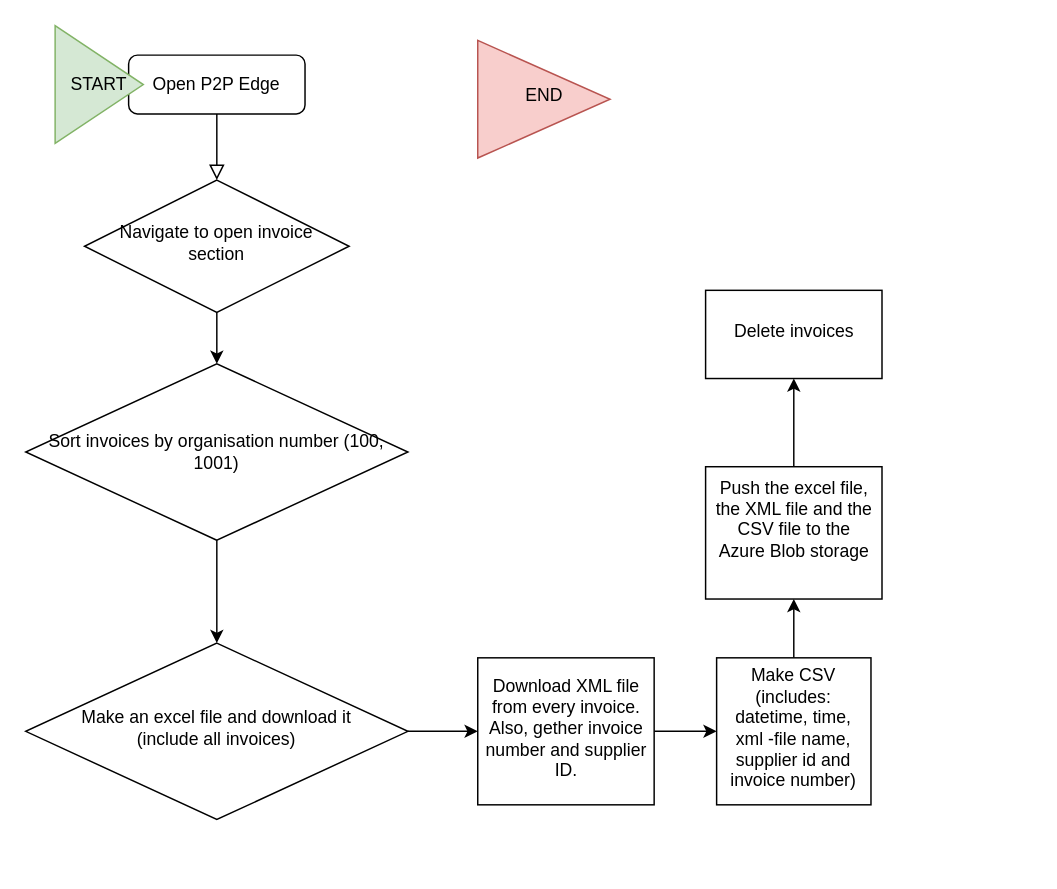
Earlier version of the draw.io diagram pyautogui_task/Untitled Diagram.drawio (PyryPajunen-Most/TestRepo). Source tidied: cells renumbered, new cells numbered last; positions are measured from the earlier drawing's top-left corner, leaving out a move shared by most shapes. Both pictures are drawn from the tidied source at 147%, with x=0, y=0 at pixel (25, 25).
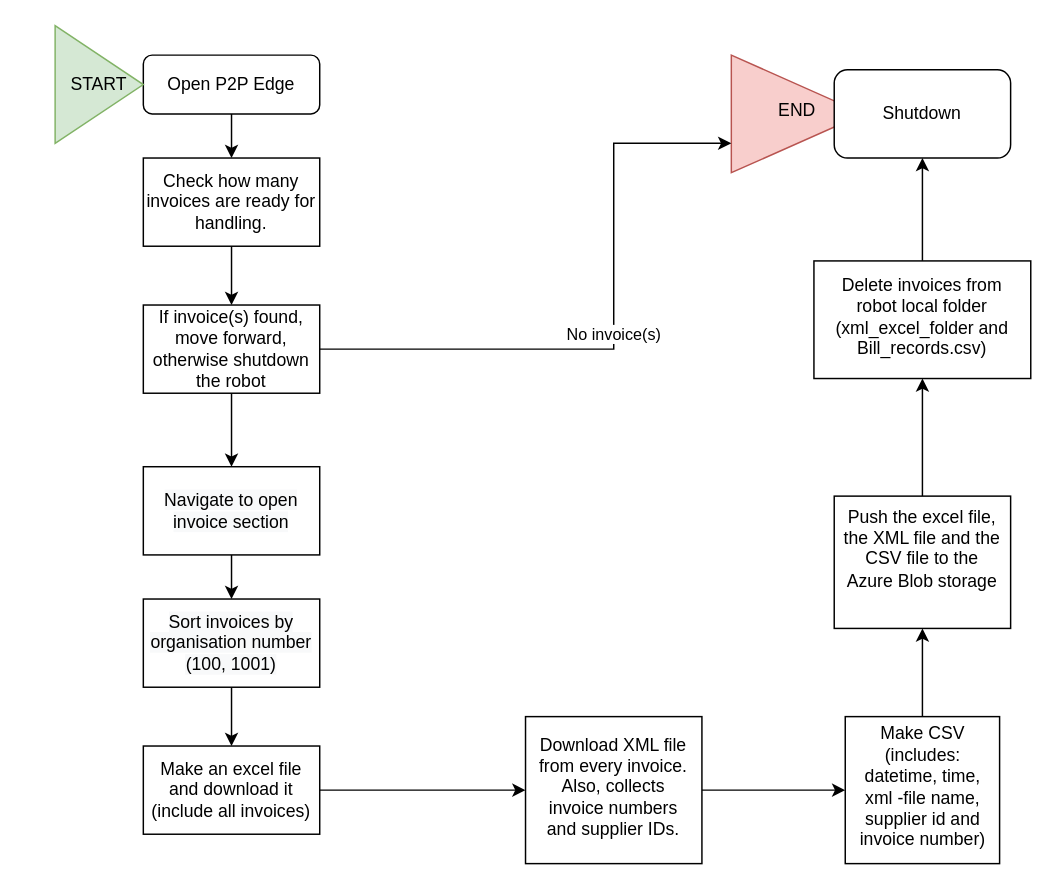
The same diagram, later.

Commit message:
JKL-ostolaskut hakutehävä (AI)

What changed in the source:
```diff
@@
-    <mxCell id="2" style="rounded=0;html=1;jettySize=auto;fontSize=11;endArrow=block;endFill=0;endSize=8;strokeWidth=1;shadow=0;labelBackgroundColor=none;edgeStyle=orthogonalEdgeStyle;" parent="1" edge="1" source="3" target="5">
-      <mxGeometry relative="1" as="geometry" />
-    </mxCell>
+    <mxCell id="19" style="edgeStyle=orthogonalEdgeStyle;rounded=0;jettySize=auto;html=1;" parent="1" edge="1" source="3" target="23">
+      <mxGeometry relative="1" as="geometry" />
+    </mxCell>
     <mxCell id="3" value="Open P2P Edge" style="rounded=1;whiteSpace=wrap;html=1;fontSize=12;glass=0;strokeWidth=1;shadow=0;" parent="1" vertex="1">
-      <mxGeometry x="70" y="20" width="120" height="40" as="geometry" />
+      <mxGeometry x="80" y="20" width="120" height="40" as="geometry" />
     </mxCell>
-    <mxCell id="4" style="edgeStyle=orthogonalEdgeStyle;rounded=0;jettySize=auto;html=1;" parent="1" edge="1" source="5" target="10">
-      <mxGeometry relative="1" as="geometry" />
-    </mxCell>
-    <mxCell id="5" value="Navigate to open invoice section" style="rhombus;whiteSpace=wrap;html=1;shadow=0;fontFamily=Helvetica;fontSize=12;align=center;strokeWidth=1;spacing=6;spacingTop=-4;" parent="1" vertex="1">
-      <mxGeometry x="40" y="105" width="180" height="90" as="geometry" />
-    </mxCell>
-    <mxCell id="6" style="edgeStyle=orthogonalEdgeStyle;rounded=0;jettySize=auto;html=1;" parent="1" edge="1" source="7" target="12">
-      <mxGeometry relative="1" as="geometry" />
-    </mxCell>
-    <mxCell id="7" value="Make an excel file and download it&lt;br&gt;(include all invoices)" style="rhombus;whiteSpace=wrap;html=1;shadow=0;fontFamily=Helvetica;fontSize=12;align=center;strokeWidth=1;spacing=6;spacingTop=-4;" parent="1" vertex="1">
-      <mxGeometry y="420" width="260" height="120" as="geometry" />
-    </mxCell>
@@
-    <mxCell id="9" style="edgeStyle=orthogonalEdgeStyle;rounded=0;jettySize=auto;html=1;" parent="1" edge="1" source="10" target="7">
-      <mxGeometry relative="1" as="geometry" />
-    </mxCell>
-    <mxCell id="10" value="Sort invoices by organisation number (100, 1001)" style="rhombus;whiteSpace=wrap;html=1;direction=west;" parent="1" vertex="1">
-      <mxGeometry y="230" width="260" height="120" as="geometry" />
-    </mxCell>
@@
-    <mxCell id="12" value="Download XML file from every invoice. Also, gether invoice number and supplier ID." style="whiteSpace=wrap;html=1;shadow=0;strokeWidth=1;spacing=6;spacingTop=-4;" parent="1" vertex="1">
-      <mxGeometry x="307.5" y="430" width="120" height="100" as="geometry" />
+    <mxCell id="12" value="Download XML file from every invoice. Also, collects invoice numbers and supplier IDs." style="whiteSpace=wrap;html=1;shadow=0;strokeWidth=1;spacing=6;spacingTop=-4;" parent="1" vertex="1">
+      <mxGeometry x="340" y="470" width="120" height="100" as="geometry" />
     </mxCell>
@@
     <mxCell id="14" value="Make CSV&lt;br&gt;(includes: datetime, time, xml -file name, supplier id and invoice number)" style="whiteSpace=wrap;html=1;shadow=0;strokeWidth=1;spacing=6;spacingTop=-4;" parent="1" vertex="1">
-      <mxGeometry x="470" y="430" width="105" height="100" as="geometry" />
+      <mxGeometry x="557.5" y="470" width="105" height="100" as="geometry" />
     </mxCell>
@@
     <mxCell id="16" value="&lt;div&gt;Push the excel file, the XML file and the CSV file to the Azure Blob storage&lt;/div&gt;&lt;div&gt;&lt;br&gt;&lt;/div&gt;" style="whiteSpace=wrap;html=1;shadow=0;strokeWidth=1;spacing=6;spacingTop=-4;" parent="1" vertex="1">
-      <mxGeometry x="462.5" y="300" width="120" height="90" as="geometry" />
+      <mxGeometry x="550" y="320" width="120" height="90" as="geometry" />
     </mxCell>
     <mxCell id="17" value="END" style="triangle;whiteSpace=wrap;html=1;shadow=0;strokeWidth=1;spacing=6;spacingTop=-4;fillColor=#f8cecc;strokeColor=#b85450;" parent="1" vertex="1">
-      <mxGeometry x="307.5" y="10" width="90" height="80" as="geometry" />
+      <mxGeometry x="480" y="20" width="90" height="80" as="geometry" />
     </mxCell>
+    <mxCell id="20" style="edgeStyle=orthogonalEdgeStyle;rounded=0;jettySize=auto;html=1;" parent="1" edge="1" source="18" target="21">
+      <mxGeometry relative="1" as="geometry" />
+    </mxCell>
-    <mxCell id="18" value="Delete invoices" style="whiteSpace=wrap;html=1;shadow=0;strokeWidth=1;spacing=6;spacingTop=-4;" parent="1" vertex="1">
-      <mxGeometry x="462.5" y="180" width="120" height="60" as="geometry" />
+    <mxCell id="18" value="Delete invoices from robot local folder (xml_excel_folder and Bill_records.csv)" style="whiteSpace=wrap;html=1;shadow=0;strokeWidth=1;spacing=6;spacingTop=-4;" parent="1" vertex="1">
+      <mxGeometry x="536.2" y="160" width="147.5" height="80" as="geometry" />
     </mxCell>
+    <mxCell id="21" value="Shutdown" style="rounded=1;whiteSpace=wrap;html=1;" parent="1" vertex="1">
+      <mxGeometry x="550" y="30" width="120" height="60" as="geometry" />
+    </mxCell>
+    <mxCell id="22" style="edgeStyle=orthogonalEdgeStyle;rounded=0;jettySize=auto;html=1;" parent="1" edge="1" source="23" target="26">
+      <mxGeometry relative="1" as="geometry" />
+    </mxCell>
+    <mxCell id="23" value="Check how many invoices are ready for handling." style="rounded=0;whiteSpace=wrap;html=1;" parent="1" vertex="1">
+      <mxGeometry x="80" y="90" width="120" height="60" as="geometry" />
+    </mxCell>
+    <mxCell id="4" style="edgeStyle=orthogonalEdgeStyle;rounded=0;jettySize=auto;html=1;" parent="1" edge="1" source="5" target="10">
+      <mxGeometry relative="1" as="geometry" />
+    </mxCell>
+    <mxCell id="5" value="&#10;&#10;&lt;span style=&quot;color: rgb(0, 0, 0); font-family: helvetica; font-size: 12px; font-style: normal; font-weight: 400; letter-spacing: normal; text-align: center; text-indent: 0px; text-transform: none; word-spacing: 0px; background-color: rgb(248, 249, 250); display: inline; float: none;&quot;&gt;Navigate to open invoice section&lt;/span&gt;&#10;&#10;" style="rounded=0;whiteSpace=wrap;html=1;" parent="1" vertex="1">
+      <mxGeometry x="80" y="300" width="120" height="60" as="geometry" />
+    </mxCell>
+    <mxCell id="9" style="edgeStyle=orthogonalEdgeStyle;rounded=0;jettySize=auto;html=1;" parent="1" edge="1" source="10" target="7">
+      <mxGeometry relative="1" as="geometry" />
+    </mxCell>
+    <mxCell id="10" value="&#10;&#10;&lt;span style=&quot;color: rgb(0, 0, 0); font-family: helvetica; font-size: 12px; font-style: normal; font-weight: 400; letter-spacing: normal; text-align: center; text-indent: 0px; text-transform: none; word-spacing: 0px; background-color: rgb(248, 249, 250); display: inline; float: none;&quot;&gt;Sort invoices by organisation number (100, 1001)&lt;/span&gt;&#10;&#10;" style="rounded=0;whiteSpace=wrap;html=1;" parent="1" vertex="1">
+      <mxGeometry x="80" y="390" width="120" height="60" as="geometry" />
+    </mxCell>
+    <mxCell id="6" style="edgeStyle=orthogonalEdgeStyle;rounded=0;jettySize=auto;html=1;" parent="1" edge="1" source="7" target="12">
+      <mxGeometry relative="1" as="geometry" />
+    </mxCell>
+    <mxCell id="7" value="&lt;span&gt;Make an excel file and download it&lt;/span&gt;&lt;br&gt;&lt;span&gt;(include all invoices)&lt;/span&gt;" style="rounded=0;whiteSpace=wrap;html=1;" parent="1" vertex="1">
+      <mxGeometry x="80" y="490" width="120" height="60" as="geometry" />
+    </mxCell>
+    <mxCell id="24" style="edgeStyle=orthogonalEdgeStyle;rounded=0;jettySize=auto;html=1;" parent="1" edge="1" source="26" target="5">
+      <mxGeometry relative="1" as="geometry" />
+    </mxCell>
+    <mxCell id="25" value="No invoice(s)" style="edgeStyle=orthogonalEdgeStyle;rounded=0;jettySize=auto;html=1;exitX=1;exitY=0.5;exitDx=0;exitDy=0;entryX=0;entryY=0.75;entryDx=0;entryDy=0;" parent="1" edge="1" source="26" target="17">
+      <mxGeometry relative="1" as="geometry">
+        <Array as="points">
+          <mxPoint x="400" y="220" />
+          <mxPoint x="400" y="80" />
+        </Array>
+      </mxGeometry>
+    </mxCell>
+    <mxCell id="26" value="If invoice(s) found, move forward, otherwise shutdown the robot" style="rounded=0;whiteSpace=wrap;html=1;" parent="1" vertex="1">
+      <mxGeometry x="80" y="190" width="120" height="60" as="geometry" />
+    </mxCell>
```
